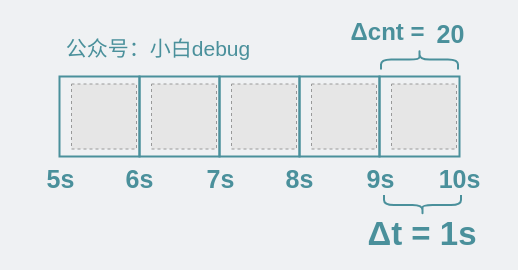
This is network/bucket数组.drawio from xiaobaiTech/image, a draw.io file, before an edit. Source tidied: cells renumbered, new cells numbered last; positions are measured from the earlier drawing's top-left corner, leaving out a move shared by most shapes. Both pictures are drawn from the tidied source at 100%, with x=0, y=0 at pixel (17, 17). Pictures stored in the file or linked from it are replaced by grey dashed boxes.
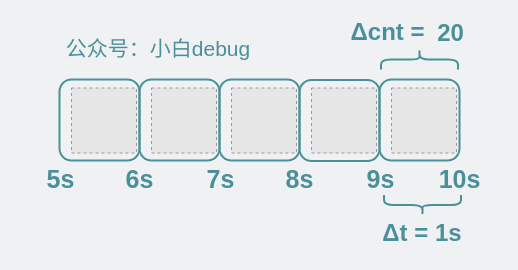
The same diagram, later.

What changed in the source:
```diff
@@
-    <mxCell id="3" style="whiteSpace=wrap;html=1;fillColor=none;strokeWidth=2;strokeColor=#4A909B;" parent="1" vertex="1">
-      <mxGeometry x="42" y="59" width="80" height="80" as="geometry" />
-    </mxCell>
-    <mxCell id="4" style="fillColor=#E6E6E6;strokeColor=#999999;dashed=1;verticalLabelPosition=bottom;labelBackgroundColor=default;verticalAlign=top;" parent="1" vertex="1">
-      <mxGeometry x="54" y="66.5" width="65" height="65" as="geometry" />
-    </mxCell>
-    <mxCell id="5" style="whiteSpace=wrap;html=1;fillColor=none;strokeWidth=2;strokeColor=#4A909B;" parent="1" vertex="1">
-      <mxGeometry x="122" y="59" width="80" height="80" as="geometry" />
-    </mxCell>
-    <mxCell id="6" style="fillColor=#E6E6E6;strokeColor=#999999;dashed=1;verticalLabelPosition=bottom;labelBackgroundColor=default;verticalAlign=top;" parent="1" vertex="1">
-      <mxGeometry x="134" y="66.5" width="65" height="65" as="geometry" />
-    </mxCell>
@@
-    <mxCell id="9" style="whiteSpace=wrap;html=1;fillColor=none;strokeWidth=2;strokeColor=#4A909B;" parent="1" vertex="1">
-      <mxGeometry x="202" y="59" width="80" height="80" as="geometry" />
-    </mxCell>
-    <mxCell id="10" style="fillColor=#E6E6E6;strokeColor=#999999;dashed=1;verticalLabelPosition=bottom;labelBackgroundColor=default;verticalAlign=top;" parent="1" vertex="1">
-      <mxGeometry x="214" y="66.5" width="65" height="65" as="geometry" />
-    </mxCell>
-    <mxCell id="11" style="whiteSpace=wrap;html=1;fillColor=none;strokeWidth=2;strokeColor=#4A909B;" parent="1" vertex="1">
-      <mxGeometry x="282" y="59" width="80" height="80" as="geometry" />
-    </mxCell>
-    <mxCell id="12" style="fillColor=#E6E6E6;strokeColor=#999999;dashed=1;verticalLabelPosition=bottom;labelBackgroundColor=default;verticalAlign=top;" parent="1" vertex="1">
-      <mxGeometry x="294" y="66.5" width="65" height="65" as="geometry" />
-    </mxCell>
@@
-    <mxCell id="15" style="whiteSpace=wrap;html=1;fillColor=none;strokeWidth=2;strokeColor=#4A909B;" parent="1" vertex="1">
-      <mxGeometry x="362" y="59" width="80" height="80" as="geometry" />
-    </mxCell>
-    <mxCell id="16" style="fillColor=#E6E6E6;strokeColor=#999999;dashed=1;verticalLabelPosition=bottom;labelBackgroundColor=default;verticalAlign=top;" parent="1" vertex="1">
-      <mxGeometry x="374" y="66.5" width="65" height="65" as="geometry" />
-    </mxCell>
@@
-    <mxCell id="20" value="&lt;b style=&quot;border-color: var(--border-color); color: rgb(74, 144, 155);&quot;&gt;&lt;font style=&quot;border-color: var(--border-color); font-size: 33px;&quot;&gt;Δt = 1s&lt;/font&gt;&lt;/b&gt;&lt;font color=&quot;#4a909b&quot;&gt;&lt;br&gt;&lt;/font&gt;" style="text;html=1;strokeColor=none;fillColor=none;align=center;verticalAlign=middle;whiteSpace=wrap;rounded=0;" parent="1" vertex="1">
+    <mxCell id="20" value="&lt;b style=&quot;border-color: var(--border-color); color: rgb(74, 144, 155);&quot;&gt;&lt;font style=&quot;border-color: var(--border-color); font-size: 24px;&quot;&gt;Δt = 1s&lt;/font&gt;&lt;/b&gt;&lt;font color=&quot;#4a909b&quot;&gt;&lt;br&gt;&lt;/font&gt;" style="text;html=1;strokeColor=none;fillColor=none;align=center;verticalAlign=middle;whiteSpace=wrap;rounded=0;" parent="1" vertex="1">
       <mxGeometry x="339" y="201" width="132" height="30" as="geometry" />
     </mxCell>
-    <mxCell id="21" value="&lt;font color=&quot;#4a909b&quot;&gt;&lt;b style=&quot;&quot;&gt;&lt;font style=&quot;font-size: 25px;&quot;&gt;20&lt;/font&gt;&lt;/b&gt;&lt;br&gt;&lt;/font&gt;" style="text;html=1;strokeColor=none;fillColor=none;align=center;verticalAlign=middle;whiteSpace=wrap;rounded=0;" parent="1" vertex="1">
+    <mxCell id="21" value="&lt;font color=&quot;#4a909b&quot;&gt;&lt;b style=&quot;&quot;&gt;&lt;font style=&quot;font-size: 24px;&quot;&gt;20&lt;/font&gt;&lt;/b&gt;&lt;br&gt;&lt;/font&gt;" style="text;html=1;strokeColor=none;fillColor=none;align=center;verticalAlign=middle;whiteSpace=wrap;rounded=0;" parent="1" vertex="1">
       <mxGeometry x="382.5" y="1" width="101" height="30" as="geometry" />
     </mxCell>
@@
+    <mxCell id="24" style="fillColor=#E6E6E6;strokeColor=#999999;dashed=1;verticalLabelPosition=bottom;labelBackgroundColor=default;verticalAlign=top;" parent="1" vertex="1">
+      <mxGeometry x="54" y="70.5" width="65" height="65" as="geometry" />
+    </mxCell>
+    <mxCell id="25" style="fillColor=#E6E6E6;strokeColor=#999999;dashed=1;verticalLabelPosition=bottom;labelBackgroundColor=default;verticalAlign=top;" parent="1" vertex="1">
+      <mxGeometry x="134" y="70.5" width="65" height="65" as="geometry" />
+    </mxCell>
+    <mxCell id="26" style="fillColor=#E6E6E6;strokeColor=#999999;dashed=1;verticalLabelPosition=bottom;labelBackgroundColor=default;verticalAlign=top;" parent="1" vertex="1">
+      <mxGeometry x="214" y="70.5" width="65" height="65" as="geometry" />
+    </mxCell>
+    <mxCell id="27" style="fillColor=#E6E6E6;strokeColor=#999999;dashed=1;verticalLabelPosition=bottom;labelBackgroundColor=default;verticalAlign=top;" parent="1" vertex="1">
+      <mxGeometry x="294" y="70.5" width="65" height="65" as="geometry" />
+    </mxCell>
+    <mxCell id="28" style="fillColor=#E6E6E6;strokeColor=#999999;dashed=1;verticalLabelPosition=bottom;labelBackgroundColor=default;verticalAlign=top;" parent="1" vertex="1">
+      <mxGeometry x="374" y="70.5" width="65" height="65" as="geometry" />
+    </mxCell>
+    <mxCell id="29" style="rounded=1;whiteSpace=wrap;html=1;strokeWidth=2;strokeColor=#4A909B;fillColor=none;" parent="1" vertex="1">
+      <mxGeometry x="42" y="62" width="80" height="81" as="geometry" />
+    </mxCell>
+    <mxCell id="30" style="rounded=1;whiteSpace=wrap;html=1;strokeWidth=2;strokeColor=#4A909B;fillColor=none;" parent="1" vertex="1">
+      <mxGeometry x="122" y="62" width="80" height="81" as="geometry" />
+    </mxCell>
+    <mxCell id="31" style="rounded=1;whiteSpace=wrap;html=1;strokeWidth=2;strokeColor=#4A909B;fillColor=none;" parent="1" vertex="1">
+      <mxGeometry x="202" y="62" width="80" height="81" as="geometry" />
+    </mxCell>
+    <mxCell id="32" style="rounded=1;whiteSpace=wrap;html=1;strokeWidth=2;strokeColor=#4A909B;fillColor=none;" parent="1" vertex="1">
+      <mxGeometry x="282" y="62.5" width="80" height="81" as="geometry" />
+    </mxCell>
+    <mxCell id="33" style="rounded=1;whiteSpace=wrap;html=1;strokeWidth=2;strokeColor=#4A909B;fillColor=none;" parent="1" vertex="1">
+      <mxGeometry x="362" y="62" width="80" height="81" as="geometry" />
+    </mxCell>
```
